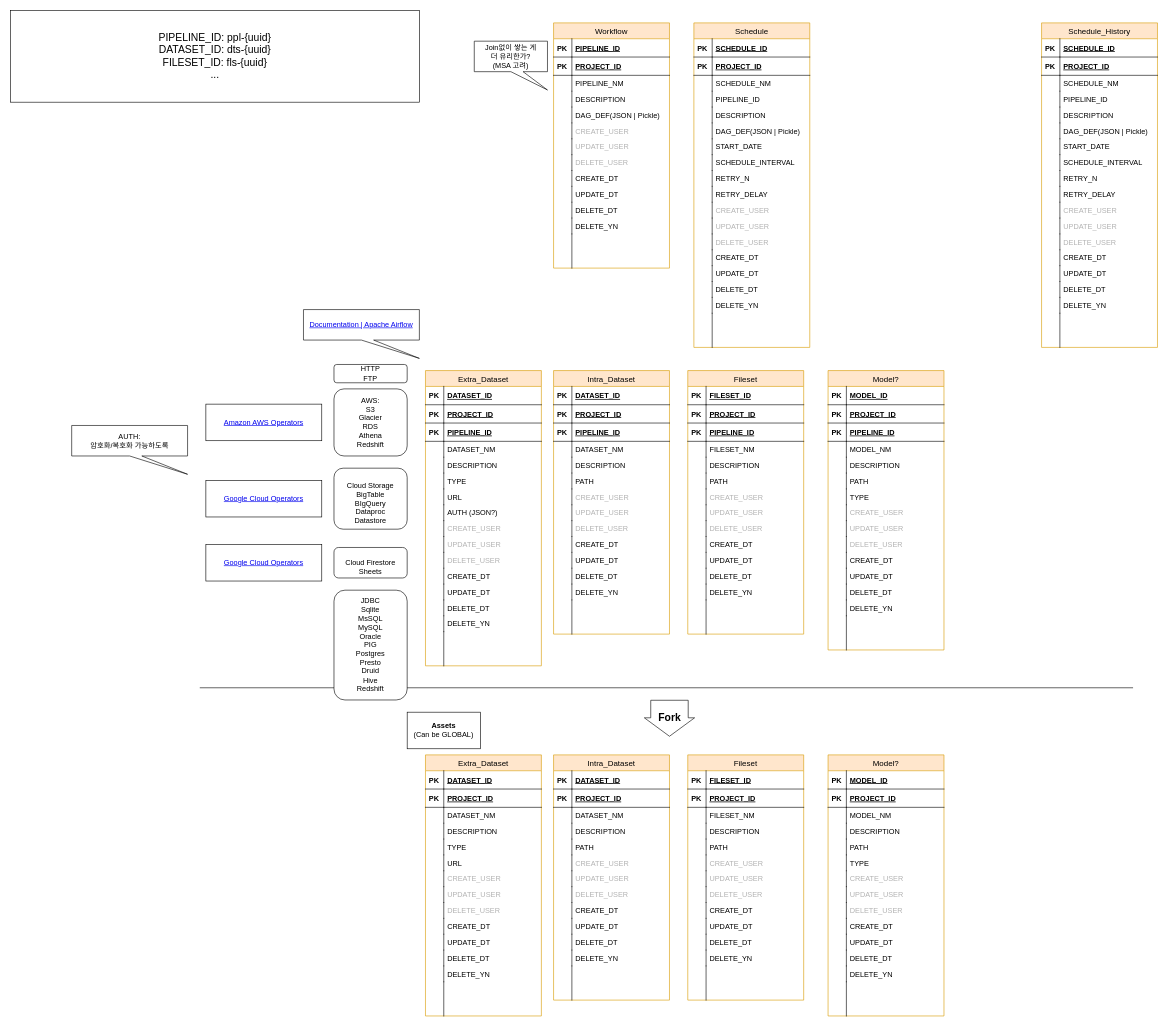
pydemia/airflow keeps this draw.io diagram as page "Database" (4 of 5) of drawio/workflow-python-airflow.drawio. Above is the earlier version. Source tidied: cells renumbered, new cells numbered last; positions are measured from the earlier drawing's top-left corner, leaving out a move shared by most shapes. Both pictures are drawn from the tidied source at 61%, with x=0, y=0 at pixel (10, 10).
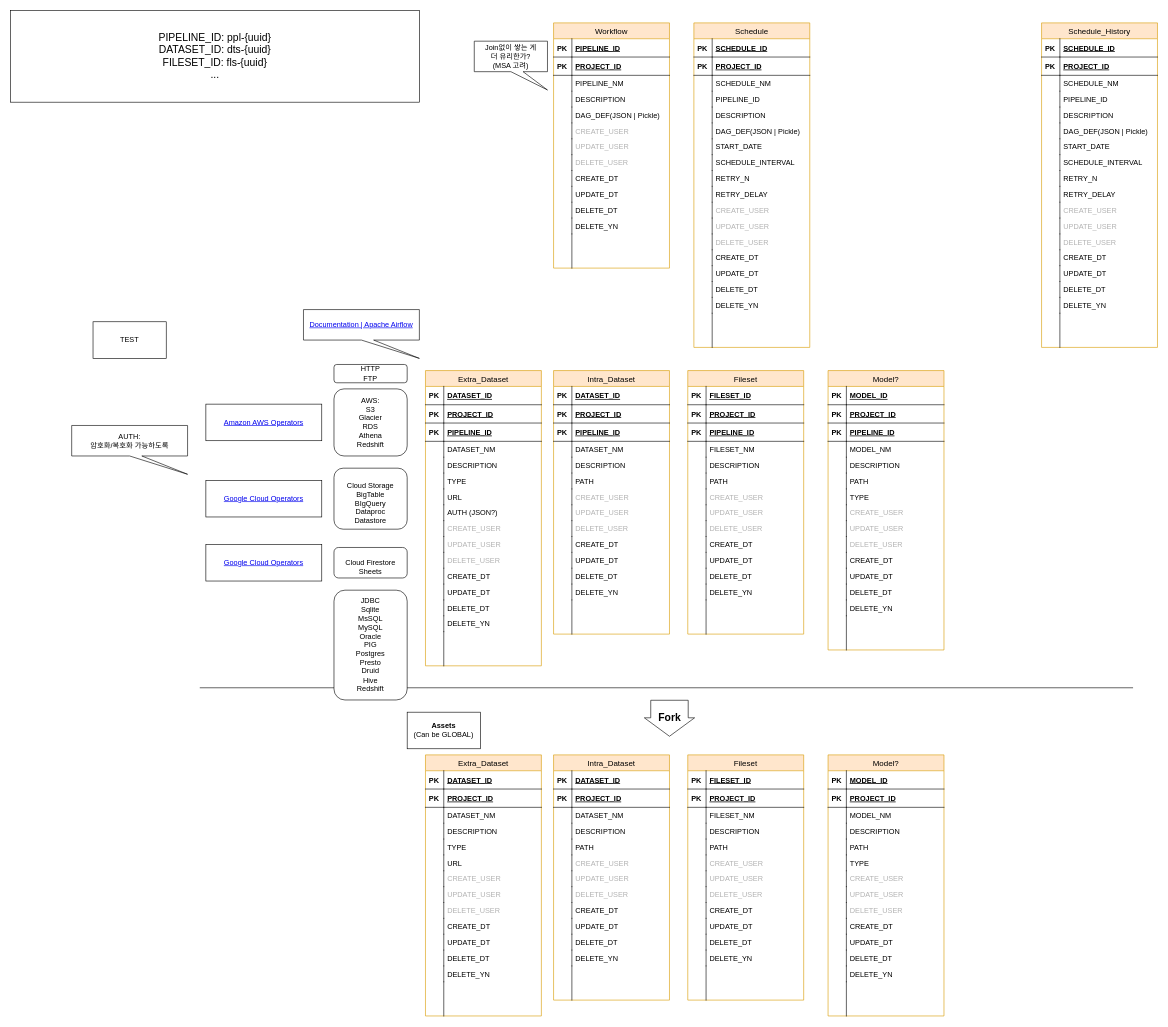
The same diagram, later.

The edit, as a diff of the source:
```diff
@@
+    <mxCell id="352" value="TEST" style="rounded=0;whiteSpace=wrap;html=1;" parent="1" vertex="1">
+      <mxGeometry x="135" y="510" width="120" height="60" as="geometry" />
+    </mxCell>
```
